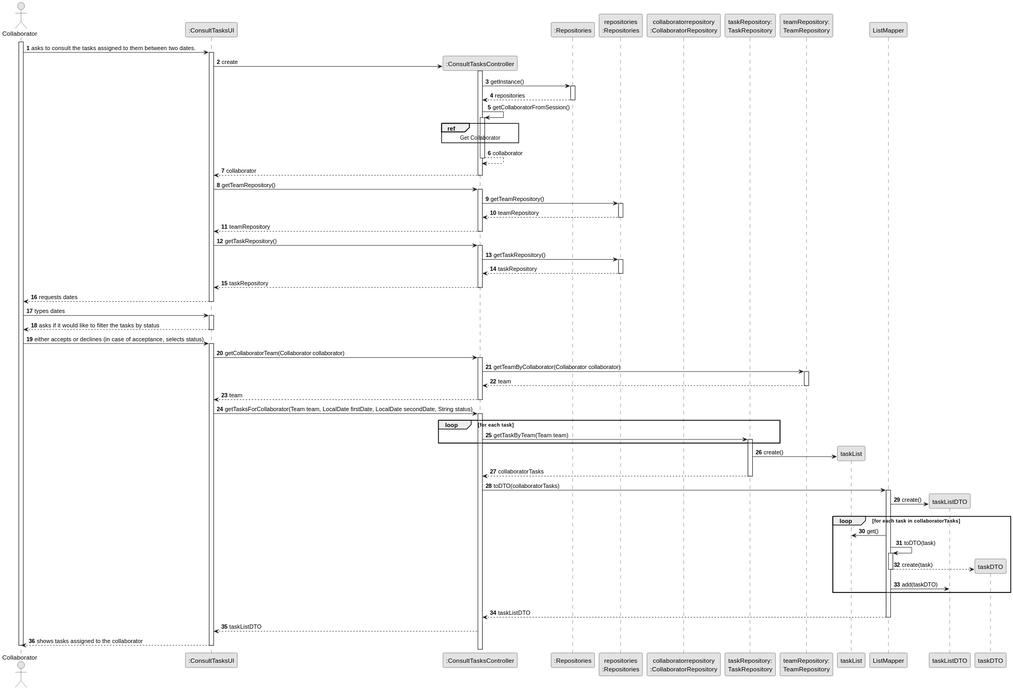
Above: docs/sprint3/us028/03.design/svg/us028-sequence-diagram-full.svg in tiagosoa/lei-24-s2-1dgh-g073 (PlantUML), before the change.
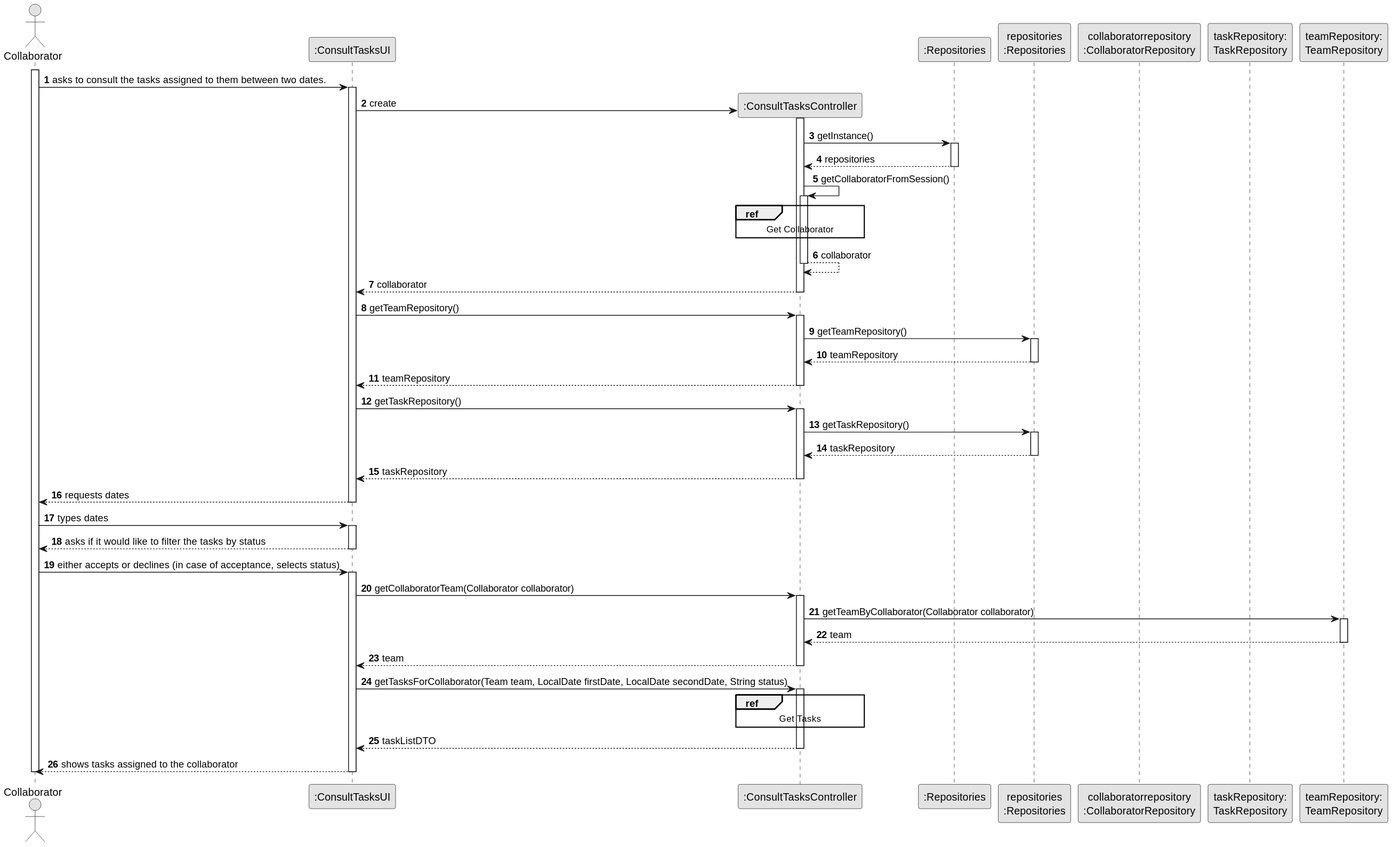
Above is the later version.

The edit, as a diff of the source:
```diff
@@ -13,10 +13,6 @@
 participant "collaboratorrepository\n:CollaboratorRepository" as CR
 participant "taskRepository:\nTaskRepository" as TAR
 participant "teamRepository:\nTeamRepository" as TER
-participant "taskList" as TL
-participant "ListMapper" as LM
-participant "taskListDTO" as TLDTO
-participant "taskDTO" as TDTO
 
 
 activate ADM
@@ -101,43 +97,14 @@
         deactivate CTRL
         UI -> CTRL : getTasksForCollaborator(Team team, LocalDate firstDate, LocalDate secondDate, String status)
          activate CTRL
-            loop for each task
-                CTRL -> TAR : getTaskByTeam(Team team)
-                activate TAR
-            end
-
-            TAR -> TL**: create()
-
-            TAR --> CTRL: collaboratorTasks
-            deactivate TAR
-
-            CTRL -> LM: toDTO(collaboratorTasks)
-            activate LM
-
-            LM -> TLDTO**: create()
-
-            loop for each task in collaboratorTasks
-
-            LM -> TL: get()
-
-            LM -> LM: toDTO(task)
-            activate LM
-
-            LM --> TDTO**: create(task)
-            deactivate LM
-
-            LM -> TLDTO: add(taskDTO)
-            end
+                        ref over CTRL
+                        Get Tasks
+                        end
 
 
 
-            |||
-
-                LM --> CTRL : taskListDTO
-
-            deactivate LM
-
             CTRL --> UI : taskListDTO
+            deactivate CTRL
 
             UI --> ADM: shows tasks assigned to the collaborator
     deactivate UI
```
